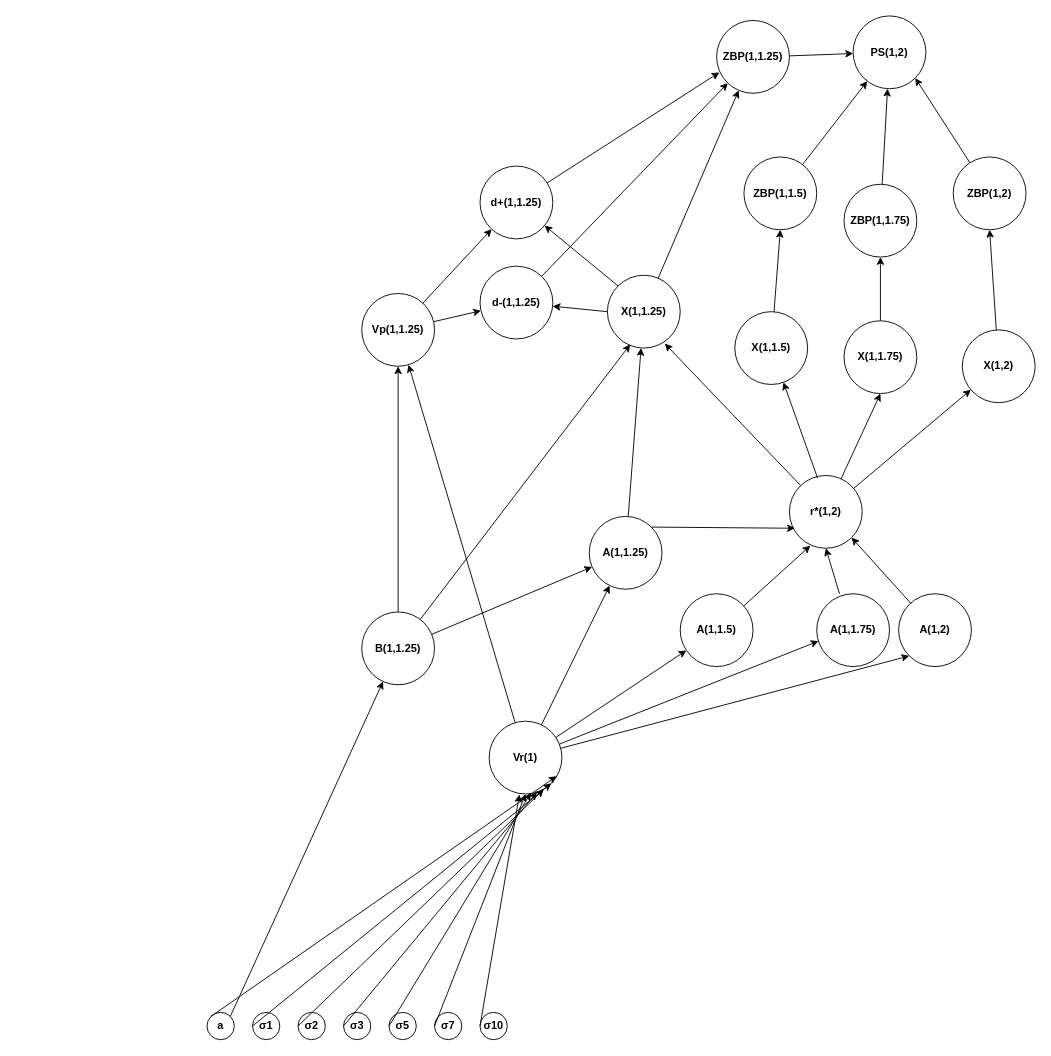
Earlier version of the draw.io diagram HullWhite Diagram.drawio (lee3jjang/painter). Source tidied: cells renumbered, new cells numbered last; positions are measured from the earlier drawing's top-left corner, leaving out a move shared by most shapes. Both pictures are drawn from the tidied source at 91%, with x=0, y=0 at pixel (207, 15).
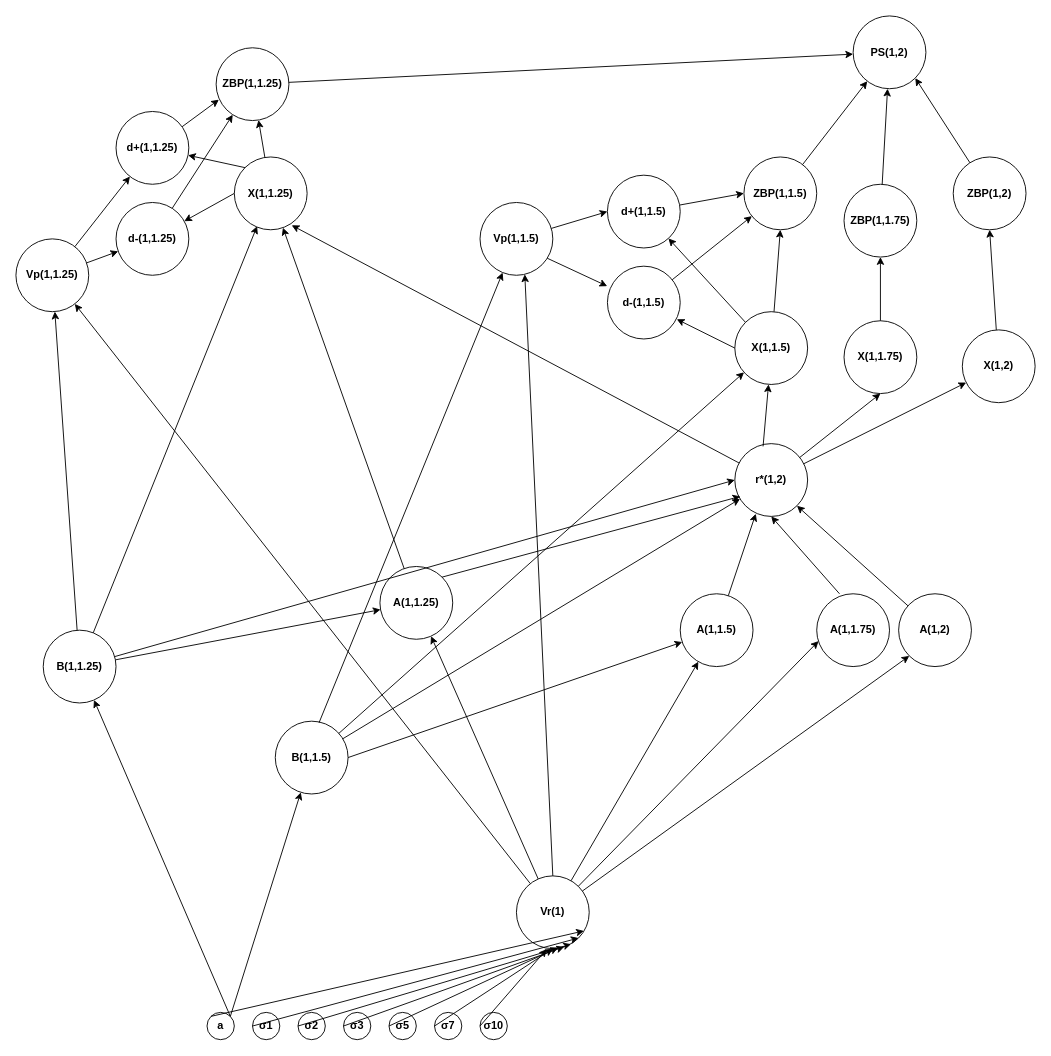
After the change.

Unchanged cells that the change refers to:
```xml
<mxCell id="4" value="ZBP(1,1.5)" style="ellipse;whiteSpace=wrap;html=1;fontStyle=1;" parent="1" vertex="1">
  <mxGeometry x="590" y="155" width="80" height="80" as="geometry" />
</mxCell>
<mxCell id="8" value="X(1,1.5)" style="ellipse;whiteSpace=wrap;html=1;fontStyle=1;" parent="1" vertex="1">
  <mxGeometry x="580" y="325" width="80" height="80" as="geometry" />
</mxCell>
<mxCell id="34" value="a" style="ellipse;whiteSpace=wrap;html=1;fontStyle=1;" parent="1" vertex="1">
  <mxGeometry y="1095" width="30" height="30" as="geometry" />
</mxCell>
<mxCell id="53" value="A(1,1.5)" style="ellipse;whiteSpace=wrap;html=1;fontStyle=1;" parent="1" vertex="1">
  <mxGeometry x="520" y="635" width="80" height="80" as="geometry" />
</mxCell>
```

What changed in the source:
```diff
@@
     <mxCell id="3" value="ZBP(1,1.25)" style="ellipse;whiteSpace=wrap;html=1;fontStyle=1;" parent="1" vertex="1">
-      <mxGeometry x="560" y="5" width="80" height="80" as="geometry" />
+      <mxGeometry x="10" y="35" width="80" height="80" as="geometry" />
     </mxCell>
@@
     <mxCell id="7" value="X(1,1.25)" style="ellipse;whiteSpace=wrap;html=1;fontStyle=1;" parent="1" vertex="1">
-      <mxGeometry x="440" y="285" width="80" height="80" as="geometry" />
+      <mxGeometry x="30" y="155" width="80" height="80" as="geometry" />
     </mxCell>
@@
-    <mxCell id="10" value="X(1,2)" style="ellipse;whiteSpace=wrap;html=1;fontStyle=1;" parent="1" vertex="1">
+    <mxCell id="10" value="X(1,2)" style="ellipse;whiteSpace=wrap;html=1;fontStyle=1;fillColor=#FFFFFF;" parent="1" vertex="1">
       <mxGeometry x="830" y="345" width="80" height="80" as="geometry" />
     </mxCell>
     <mxCell id="11" value="r*(1,2)" style="ellipse;whiteSpace=wrap;html=1;fontStyle=1;" parent="1" vertex="1">
-      <mxGeometry x="640" y="505" width="80" height="80" as="geometry" />
+      <mxGeometry x="580" y="470" width="80" height="80" as="geometry" />
     </mxCell>
@@
     <mxCell id="16" value="d+(1,1.25)" style="ellipse;whiteSpace=wrap;html=1;fontStyle=1;" parent="1" vertex="1">
-      <mxGeometry x="300" y="165" width="80" height="80" as="geometry" />
+      <mxGeometry x="-100" y="105" width="80" height="80" as="geometry" />
     </mxCell>
     <mxCell id="17" value="d-(1,1.25)" style="ellipse;whiteSpace=wrap;html=1;fontStyle=1;direction=south;" parent="1" vertex="1">
-      <mxGeometry x="300" y="275" width="80" height="80" as="geometry" />
+      <mxGeometry x="-100" y="205" width="80" height="80" as="geometry" />
     </mxCell>
@@
     <mxCell id="22" value="Vp(1,1.25)" style="ellipse;whiteSpace=wrap;html=1;fontStyle=1;" parent="1" vertex="1">
-      <mxGeometry x="170" y="305" width="80" height="80" as="geometry" />
+      <mxGeometry x="-210" y="245" width="80" height="80" as="geometry" />
     </mxCell>
@@
     <mxCell id="30" value="Vr(1)" style="ellipse;whiteSpace=wrap;html=1;fontStyle=1;" parent="1" vertex="1">
-      <mxGeometry x="310" y="775" width="80" height="80" as="geometry" />
+      <mxGeometry x="340" y="945" width="80" height="80" as="geometry" />
     </mxCell>
     <mxCell id="31" value="B(1,1.25)" style="ellipse;whiteSpace=wrap;html=1;fontStyle=1;" parent="1" vertex="1">
-      <mxGeometry x="170" y="655" width="80" height="80" as="geometry" />
+      <mxGeometry x="-180" y="675" width="80" height="80" as="geometry" />
     </mxCell>
@@
     <mxCell id="49" value="A(1,1.25)" style="ellipse;whiteSpace=wrap;html=1;fontStyle=1;" parent="1" vertex="1">
-      <mxGeometry x="420" y="550" width="80" height="80" as="geometry" />
+      <mxGeometry x="190" y="605" width="80" height="80" as="geometry" />
     </mxCell>
@@
+    <mxCell id="67" value="d+(1,1.5)" style="ellipse;whiteSpace=wrap;html=1;fontStyle=1;" parent="1" vertex="1">
+      <mxGeometry x="440" y="175" width="80" height="80" as="geometry" />
+    </mxCell>
+    <mxCell id="68" value="d-(1,1.5)" style="ellipse;whiteSpace=wrap;html=1;fontStyle=1;direction=south;" parent="1" vertex="1">
+      <mxGeometry x="440" y="275" width="80" height="80" as="geometry" />
+    </mxCell>
+    <mxCell id="69" value="Vp(1,1.5)" style="ellipse;whiteSpace=wrap;html=1;fontStyle=1;" parent="1" vertex="1">
+      <mxGeometry x="300" y="205" width="80" height="80" as="geometry" />
+    </mxCell>
+    <mxCell id="70" style="endArrow=classic;html=1;rounded=0;" parent="1" edge="1" source="68" target="4">
+      <mxGeometry relative="1" as="geometry" />
+    </mxCell>
+    <mxCell id="71" style="endArrow=classic;html=1;rounded=0;entryX=0;entryY=0.5;entryDx=0;entryDy=0;" parent="1" edge="1" source="67" target="4">
+      <mxGeometry relative="1" as="geometry" />
+    </mxCell>
+    <mxCell id="72" style="endArrow=classic;html=1;rounded=0;exitX=0;exitY=0;exitDx=0;exitDy=0;" parent="1" edge="1" source="8" target="67">
+      <mxGeometry relative="1" as="geometry" />
+    </mxCell>
+    <mxCell id="73" style="endArrow=classic;html=1;rounded=0;exitX=0;exitY=0.5;exitDx=0;exitDy=0;entryX=0.729;entryY=0.047;entryDx=0;entryDy=0;entryPerimeter=0;" parent="1" edge="1" source="8" target="68">
+      <mxGeometry relative="1" as="geometry" />
+    </mxCell>
+    <mxCell id="74" style="endArrow=classic;html=1;rounded=0;entryX=0;entryY=0.5;entryDx=0;entryDy=0;" parent="1" edge="1" source="69" target="67">
+      <mxGeometry relative="1" as="geometry" />
+    </mxCell>
+    <mxCell id="75" style="endArrow=classic;html=1;rounded=0;entryX=0.274;entryY=1.003;entryDx=0;entryDy=0;entryPerimeter=0;exitX=0.924;exitY=0.766;exitDx=0;exitDy=0;exitPerimeter=0;" parent="1" edge="1" source="69" target="68">
+      <mxGeometry relative="1" as="geometry" />
+    </mxCell>
+    <mxCell id="76" style="endArrow=classic;html=1;rounded=0;exitX=0.5;exitY=0;exitDx=0;exitDy=0;entryX=0.615;entryY=0.987;entryDx=0;entryDy=0;entryPerimeter=0;" parent="1" edge="1" source="30" target="69">
+      <mxGeometry relative="1" as="geometry" />
+    </mxCell>
+    <mxCell id="77" value="B(1,1.5)" style="ellipse;whiteSpace=wrap;html=1;fontStyle=1;" parent="1" vertex="1">
+      <mxGeometry x="75" y="775" width="80" height="80" as="geometry" />
+    </mxCell>
+    <mxCell id="78" style="endArrow=classic;html=1;rounded=0;exitX=0.6;exitY=0.024;exitDx=0;exitDy=0;exitPerimeter=0;" parent="1" edge="1" source="77" target="69">
+      <mxGeometry relative="1" as="geometry" />
+    </mxCell>
+    <mxCell id="79" style="endArrow=classic;html=1;rounded=0;" parent="1" edge="1" source="77" target="8">
+      <mxGeometry relative="1" as="geometry" />
+    </mxCell>
+    <mxCell id="80" style="endArrow=classic;html=1;rounded=0;exitX=1;exitY=0.5;exitDx=0;exitDy=0;" parent="1" edge="1" source="77" target="53">
+      <mxGeometry relative="1" as="geometry" />
+    </mxCell>
+    <mxCell id="81" style="endArrow=classic;html=1;rounded=0;exitX=1;exitY=0;exitDx=0;exitDy=0;" parent="1" edge="1" source="34" target="77">
+      <mxGeometry relative="1" as="geometry" />
+    </mxCell>
+    <mxCell id="82" style="endArrow=classic;html=1;rounded=0;entryX=0;entryY=0.5;entryDx=0;entryDy=0;" parent="1" edge="1" source="31" target="11">
+      <mxGeometry relative="1" as="geometry" />
+    </mxCell>
+    <mxCell id="83" style="endArrow=classic;html=1;rounded=0;" parent="1" edge="1" source="77" target="11">
+      <mxGeometry relative="1" as="geometry" />
+    </mxCell>
```
